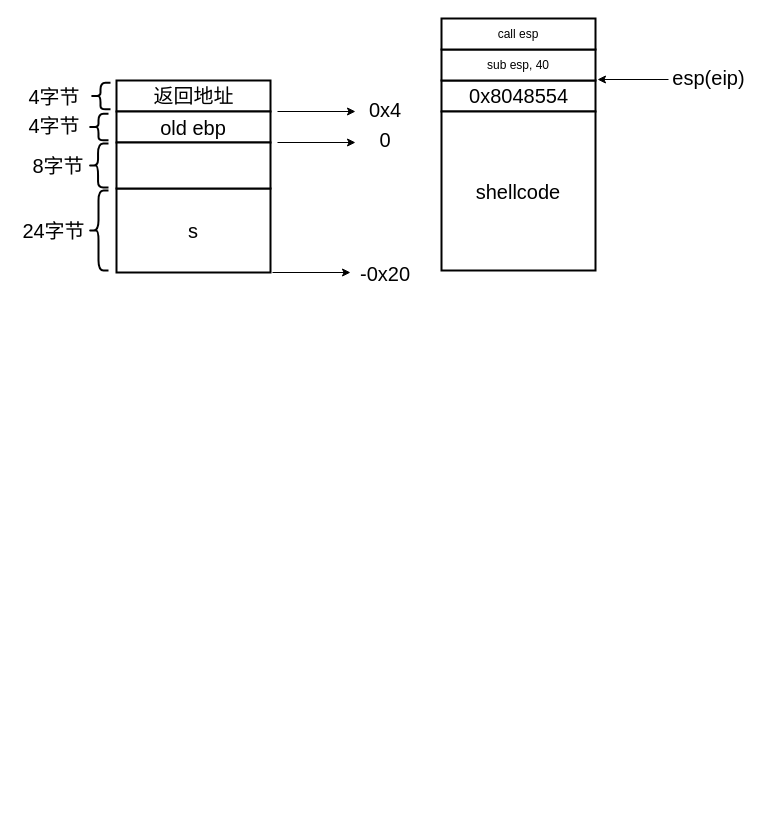
Above: page "Page-3" (3 of 3) of Untitled Diagram.drawio in doudou215/CloudLearning (draw.io), before the change. Source tidied: cells renumbered, new cells numbered last; positions are measured from the earlier drawing's top-left corner, leaving out a move shared by most shapes. Both pictures are drawn from the tidied source at 100%, with x=0, y=0 at pixel (17, 18).
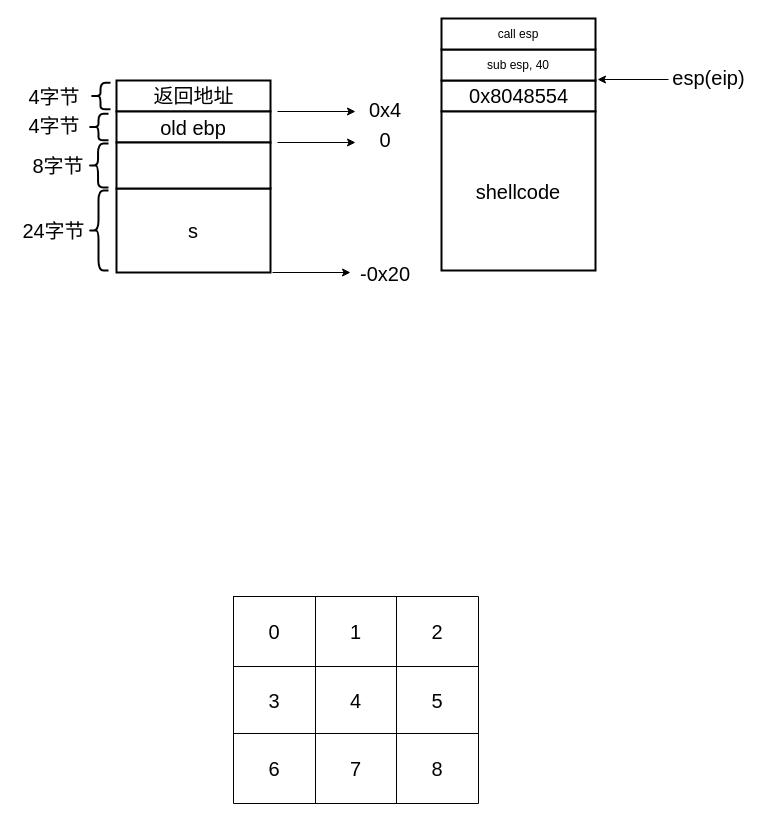
After the change.

The edit, as a diff of the source:
```diff
@@
+    <mxCell id="28" style="shape=table;html=1;whiteSpace=wrap;startSize=0;childLayout=tableLayout;" parent="1" vertex="1">
+      <mxGeometry x="216" y="578" width="245" height="207" as="geometry" />
+    </mxCell>
+    <mxCell id="29" style="shape=tableRow;horizontal=0;startSize=0;swimlaneHead=0;swimlaneBody=0;top=0;left=0;bottom=0;right=0;fillColor=none;" parent="28" vertex="1">
+      <mxGeometry width="245" height="70" as="geometry" />
+    </mxCell>
+    <mxCell id="30" value="&lt;font style=&quot;font-size: 20px;&quot;&gt;0&lt;/font&gt;" style="shape=partialRectangle;html=1;whiteSpace=wrap;fillColor=none;top=0;left=0;bottom=0;right=0;overflow=hidden;" parent="29" vertex="1">
+      <mxGeometry width="82" height="70" as="geometry" />
+    </mxCell>
+    <mxCell id="31" value="&lt;font style=&quot;font-size: 20px;&quot;&gt;1&lt;/font&gt;" style="shape=partialRectangle;html=1;whiteSpace=wrap;fillColor=none;top=0;left=0;bottom=0;right=0;overflow=hidden;" parent="29" vertex="1">
+      <mxGeometry x="82" width="81" height="70" as="geometry" />
+    </mxCell>
+    <mxCell id="32" value="&lt;font style=&quot;font-size: 20px;&quot;&gt;2&lt;/font&gt;" style="shape=partialRectangle;html=1;whiteSpace=wrap;fillColor=none;top=0;left=0;bottom=0;right=0;overflow=hidden;" parent="29" vertex="1">
+      <mxGeometry x="163" width="82" height="70" as="geometry" />
+    </mxCell>
+    <mxCell id="33" style="shape=tableRow;horizontal=0;startSize=0;swimlaneHead=0;swimlaneBody=0;top=0;left=0;bottom=0;right=0;fillColor=none;" parent="28" vertex="1">
+      <mxGeometry y="70" width="245" height="67" as="geometry" />
+    </mxCell>
+    <mxCell id="34" value="&lt;font style=&quot;font-size: 20px;&quot;&gt;3&lt;/font&gt;" style="shape=partialRectangle;html=1;whiteSpace=wrap;fillColor=none;top=0;left=0;bottom=0;right=0;overflow=hidden;" parent="33" vertex="1">
+      <mxGeometry width="82" height="67" as="geometry" />
+    </mxCell>
+    <mxCell id="35" value="&lt;font style=&quot;font-size: 20px;&quot;&gt;4&lt;/font&gt;" style="shape=partialRectangle;html=1;whiteSpace=wrap;fillColor=none;top=0;left=0;bottom=0;right=0;overflow=hidden;" parent="33" vertex="1">
+      <mxGeometry x="82" width="81" height="67" as="geometry" />
+    </mxCell>
+    <mxCell id="36" value="&lt;font style=&quot;font-size: 20px;&quot;&gt;5&lt;/font&gt;" style="shape=partialRectangle;html=1;whiteSpace=wrap;fillColor=none;top=0;left=0;bottom=0;right=0;overflow=hidden;" parent="33" vertex="1">
+      <mxGeometry x="163" width="82" height="67" as="geometry" />
+    </mxCell>
+    <mxCell id="37" style="shape=tableRow;horizontal=0;startSize=0;swimlaneHead=0;swimlaneBody=0;top=0;left=0;bottom=0;right=0;fillColor=none;" parent="28" vertex="1">
+      <mxGeometry y="137" width="245" height="70" as="geometry" />
+    </mxCell>
+    <mxCell id="38" value="&lt;font style=&quot;font-size: 20px;&quot;&gt;6&lt;/font&gt;" style="shape=partialRectangle;html=1;whiteSpace=wrap;fillColor=none;top=0;left=0;bottom=0;right=0;overflow=hidden;" parent="37" vertex="1">
+      <mxGeometry width="82" height="70" as="geometry" />
+    </mxCell>
+    <mxCell id="39" value="&lt;font style=&quot;font-size: 20px;&quot;&gt;7&lt;/font&gt;" style="shape=partialRectangle;html=1;whiteSpace=wrap;fillColor=none;top=0;left=0;bottom=0;right=0;overflow=hidden;" parent="37" vertex="1">
+      <mxGeometry x="82" width="81" height="70" as="geometry" />
+    </mxCell>
+    <mxCell id="40" value="&lt;font style=&quot;font-size: 20px;&quot;&gt;8&lt;/font&gt;" style="shape=partialRectangle;html=1;whiteSpace=wrap;fillColor=none;top=0;left=0;bottom=0;right=0;overflow=hidden;" parent="37" vertex="1">
+      <mxGeometry x="163" width="82" height="70" as="geometry" />
+    </mxCell>
```
